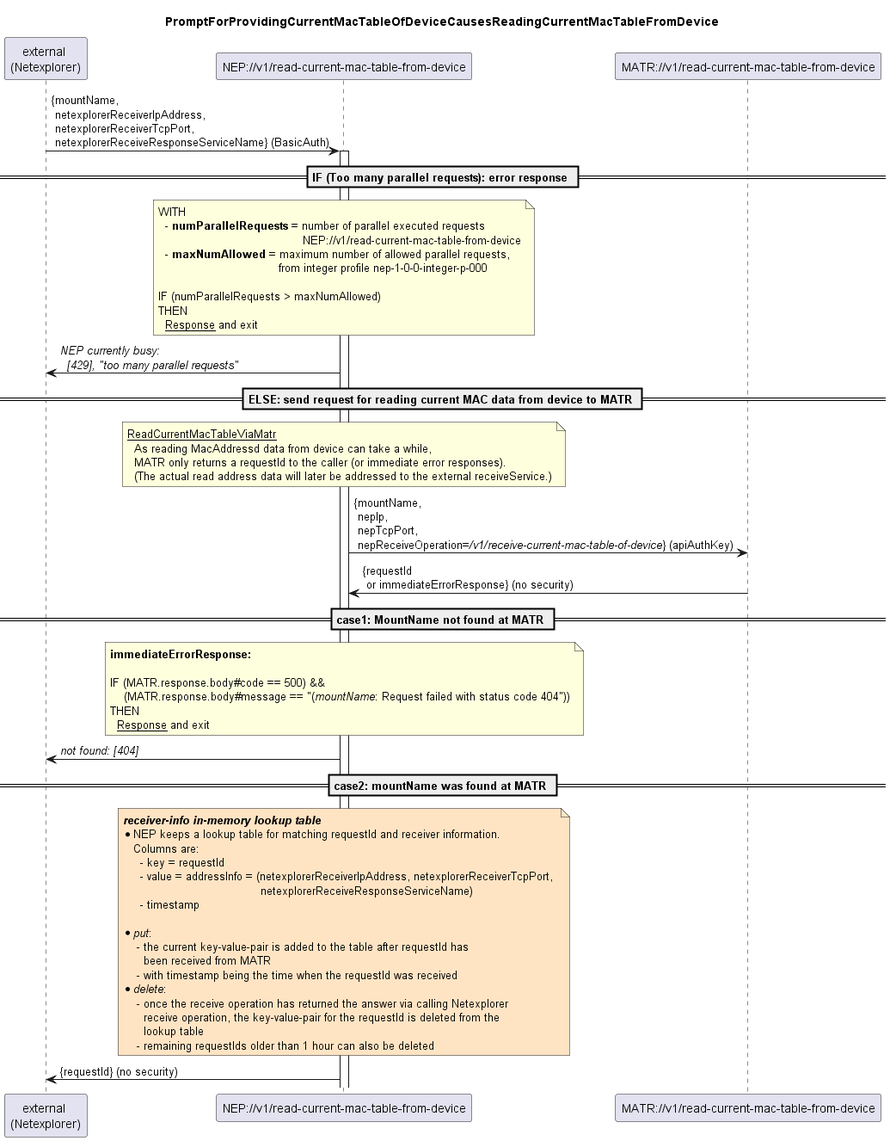
Above: spec/diagrams/002_ReadCurrentMacTableFromDevice.png in openBackhaul/NetExplorerProxy (PlantUML), before the change.
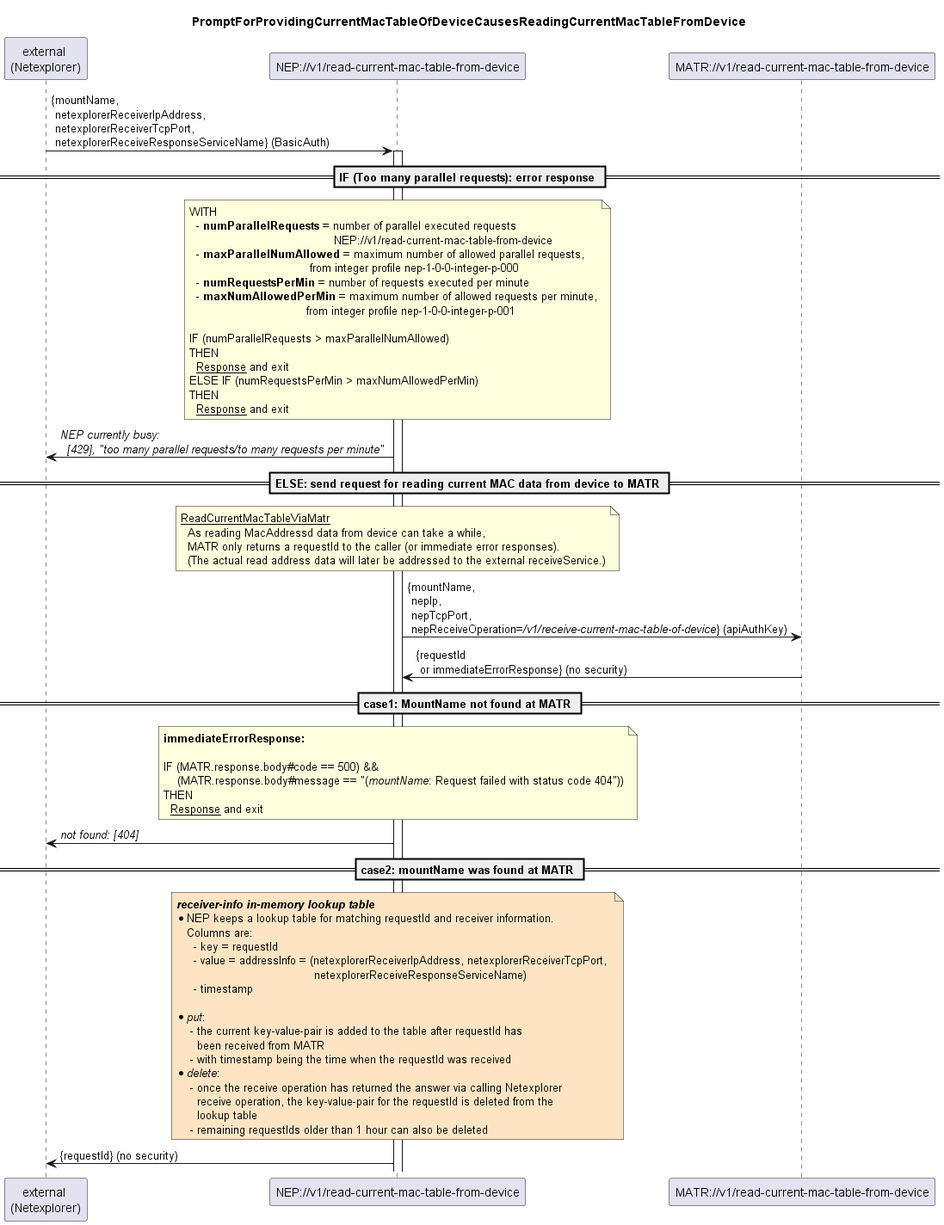
Later version of the same file.

The edit, as a diff of the source:
```diff
@@ -15,14 +15,20 @@
   WITH
     - <b>numParallelRequests</b> = number of parallel executed requests
                                             NEP://v1/read-current-mac-table-from-device
-    - <b>maxNumAllowed</b> = maximum number of allowed parallel requests,
+    - <b>maxParallelNumAllowed</b> = maximum number of allowed parallel requests,
                                      from integer profile nep-1-0-0-integer-p-000
+    - <b>numRequestsPerMin</b> = number of requests executed per minute
+    - <b>maxNumAllowedPerMin</b> = maximum number of allowed requests per minute,
+                                    from integer profile nep-1-0-0-integer-p-001
 
-  IF (numParallelRequests > maxNumAllowed)
+  IF (numParallelRequests > maxParallelNumAllowed)
+  THEN
+    <u>Response</u> and exit
+  ELSE IF (numRequestsPerMin > maxNumAllowedPerMin)
   THEN
     <u>Response</u> and exit
 end note
-nep -> external: <i>NEP currently busy:</i>\n<i>  [429], "too many parallel requests" </i>
+nep -> external: <i>NEP currently busy:</i>\n<i>  [429], "too many parallel requests/to many requests per minute" </i>
 
 == ELSE: send request for reading current MAC data from device to MATR ==
 
```
